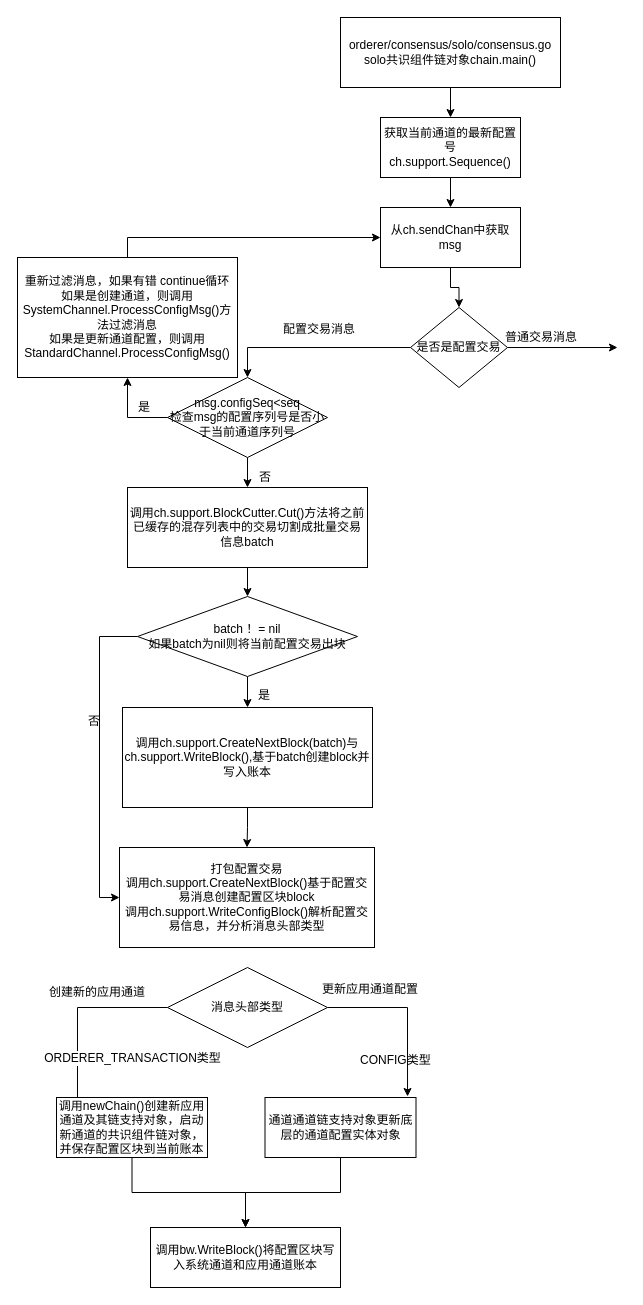
The draw.io diagram Orderer/solo共识组件.drawio in OopsL/Fabric-, before the edit. Source tidied: cells renumbered, new cells numbered last; positions are measured from the earlier drawing's top-left corner, leaving out a move shared by most shapes. Both pictures are drawn from the tidied source at 100%, with x=0, y=0 at pixel (17, 17).
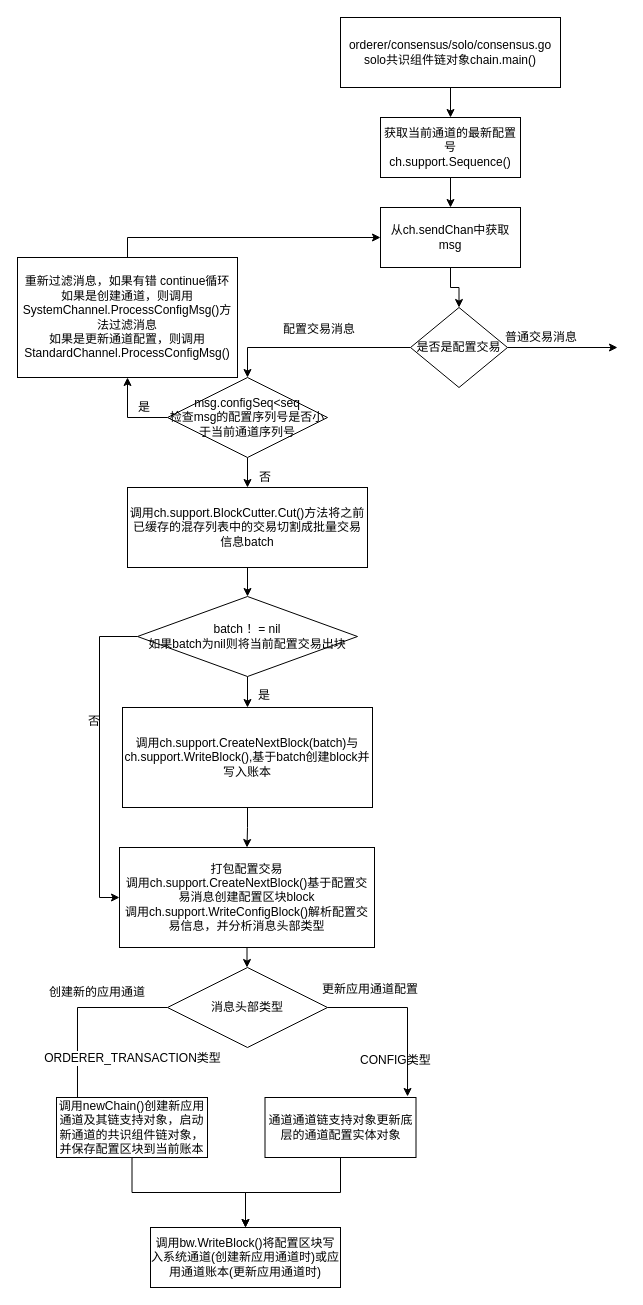
After the change.

Unchanged cells that the change refers to:
```xml
<mxCell id="24" value="打包配置交易&lt;br&gt;调用ch.support.CreateNextBlock()基于配置交易消息创建配置区块block&lt;br&gt;调用ch.support.WriteConfigBlock()解析配置交易信息，并分析消息头部类型" style="rounded=0;whiteSpace=wrap;html=1;" parent="1" vertex="1">
  <mxGeometry x="102" y="830" width="255" height="100" as="geometry" />
</mxCell>
<mxCell id="30" value="消息头部类型" style="rhombus;whiteSpace=wrap;html=1;" parent="1" vertex="1">
  <mxGeometry x="150" y="950" width="160" height="80" as="geometry" />
</mxCell>
```

The edit, as a diff of the source:
```diff
@@
+    <mxCell id="42" style="edgeStyle=orthogonalEdgeStyle;rounded=0;jettySize=auto;html=1;" parent="1" edge="1" source="24" target="30">
+      <mxGeometry relative="1" as="geometry" />
+    </mxCell>
@@
-    <mxCell id="38" value="调用bw.WriteBlock()将配置区块写入系统通道和应用通道账本" style="rounded=0;whiteSpace=wrap;html=1;" parent="1" vertex="1">
+    <mxCell id="38" value="调用bw.WriteBlock()将配置区块写入系统通道(创建新应用通道时)或应用通道账本(更新应用通道时)" style="rounded=0;whiteSpace=wrap;html=1;" parent="1" vertex="1">
       <mxGeometry x="133" y="1210" width="190" height="60" as="geometry" />
     </mxCell>
```
